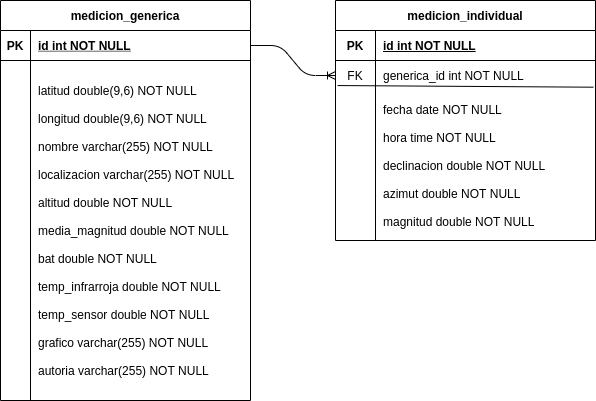
pcerezo/tfgApp keeps this draw.io diagram as documentacion/fotos/Esquema Tablas.png. Above is the earlier version. Source tidied: cells renumbered, new cells last; positions are measured from the earlier drawing's top-left corner, leaving out a move shared by most shapes.
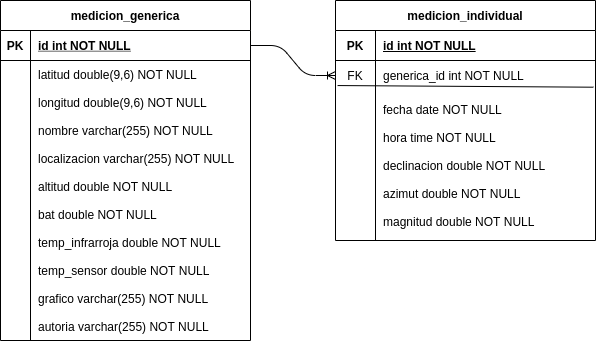
After the commit.

Commit message:
añadido diagrama de secuencia

The edit, as a diff of the source:
```diff
@@ -3,7 +3,7 @@
     <mxCell id="0" />
     <mxCell id="1" parent="0" />
     <mxCell id="2" value="medicion_generica" style="shape=table;startSize=30;rowLines=0;fontStyle=1;align=center;" parent="1" vertex="1">
-      <mxGeometry width="250" height="400" as="geometry" />
+      <mxGeometry width="250" height="340" as="geometry" />
     </mxCell>
     <mxCell id="3" style="shape=partialRectangle;fillColor=none;points=[[0,0.5],[1,0.5]];portConstraint=eastwest;top=0;left=0;right=0;bottom=1;" parent="2" vertex="1">
       <mxGeometry y="30" width="250" height="30" as="geometry" />
@@ -15,13 +15,13 @@
       <mxGeometry x="30" width="220" height="30" as="geometry" />
     </mxCell>
     <mxCell id="6" style="shape=partialRectangle;fillColor=none;top=0;left=0;right=0;bottom=0;" parent="2" vertex="1">
-      <mxGeometry y="60" width="250" height="340" as="geometry" />
+      <mxGeometry y="60" width="250" height="280" as="geometry" />
     </mxCell>
     <mxCell id="7" style="shape=partialRectangle;overflow=hidden;fillColor=none;top=0;left=0;bottom=0;right=0;" parent="6" vertex="1">
-      <mxGeometry width="30" height="340" as="geometry" />
+      <mxGeometry width="30" height="280" as="geometry" />
     </mxCell>
-    <mxCell id="8" value="latitud double(9,6) NOT NULL&#10;&#10;longitud double(9,6) NOT NULL&#10;&#10;nombre varchar(255) NOT NULL&#10;&#10;localizacion varchar(255) NOT NULL&#10;&#10;altitud double NOT NULL&#10;&#10;media_magnitud double NOT NULL&#10;&#10;bat double NOT NULL&#10;&#10;temp_infrarroja double NOT NULL&#10;&#10;temp_sensor double NOT NULL&#10;&#10;grafico varchar(255) NOT NULL&#10;&#10;autoria varchar(255) NOT NULL" style="shape=partialRectangle;overflow=hidden;fillColor=none;top=0;left=0;bottom=0;right=0;align=left;spacingLeft=6;" parent="6" vertex="1">
-      <mxGeometry x="30" width="220" height="340" as="geometry" />
+    <mxCell id="8" value="latitud double(9,6) NOT NULL&#10;&#10;longitud double(9,6) NOT NULL&#10;&#10;nombre varchar(255) NOT NULL&#10;&#10;localizacion varchar(255) NOT NULL&#10;&#10;altitud double NOT NULL&#10;&#10;bat double NOT NULL&#10;&#10;temp_infrarroja double NOT NULL&#10;&#10;temp_sensor double NOT NULL&#10;&#10;grafico varchar(255) NOT NULL&#10;&#10;autoria varchar(255) NOT NULL" style="shape=partialRectangle;overflow=hidden;fillColor=none;top=0;left=0;bottom=0;right=0;align=left;spacingLeft=6;" parent="6" vertex="1">
+      <mxGeometry x="30" width="220" height="280" as="geometry" />
     </mxCell>
     <mxCell id="9" value="medicion_individual" style="shape=table;startSize=30;rowLines=0;fontStyle=1;align=center;" parent="1" vertex="1">
       <mxGeometry x="335" width="260" height="240" as="geometry" />
```
